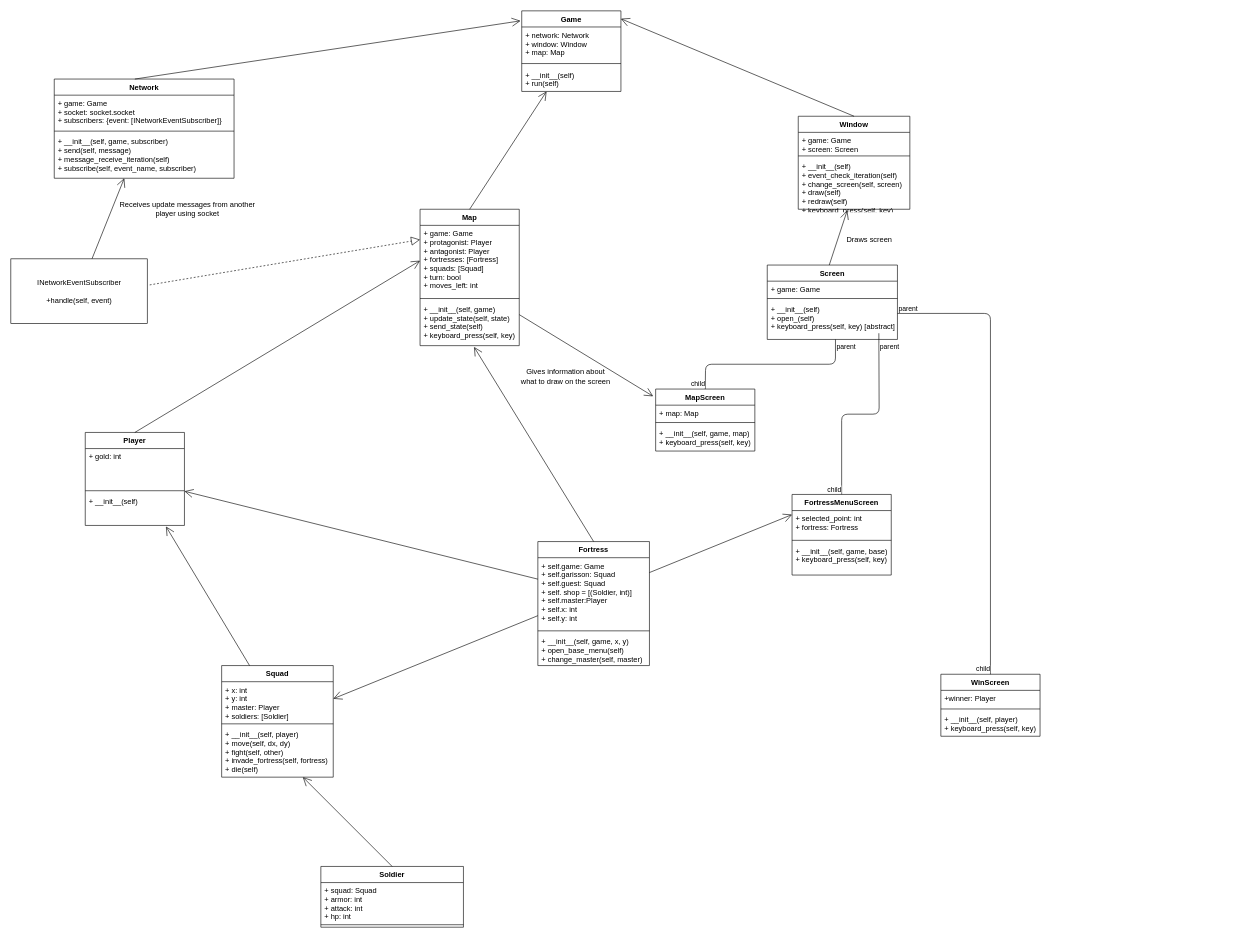
This is doc/Untitled Diagram.drawio from maljunaplanedo/tpgame, a draw.io file, before an edit. Source tidied: cells renumbered, new cells numbered last; positions are measured from the earlier drawing's top-left corner, leaving out a move shared by most shapes. Both pictures are drawn from the tidied source at 62%, with x=0, y=0 at pixel (11, 11).
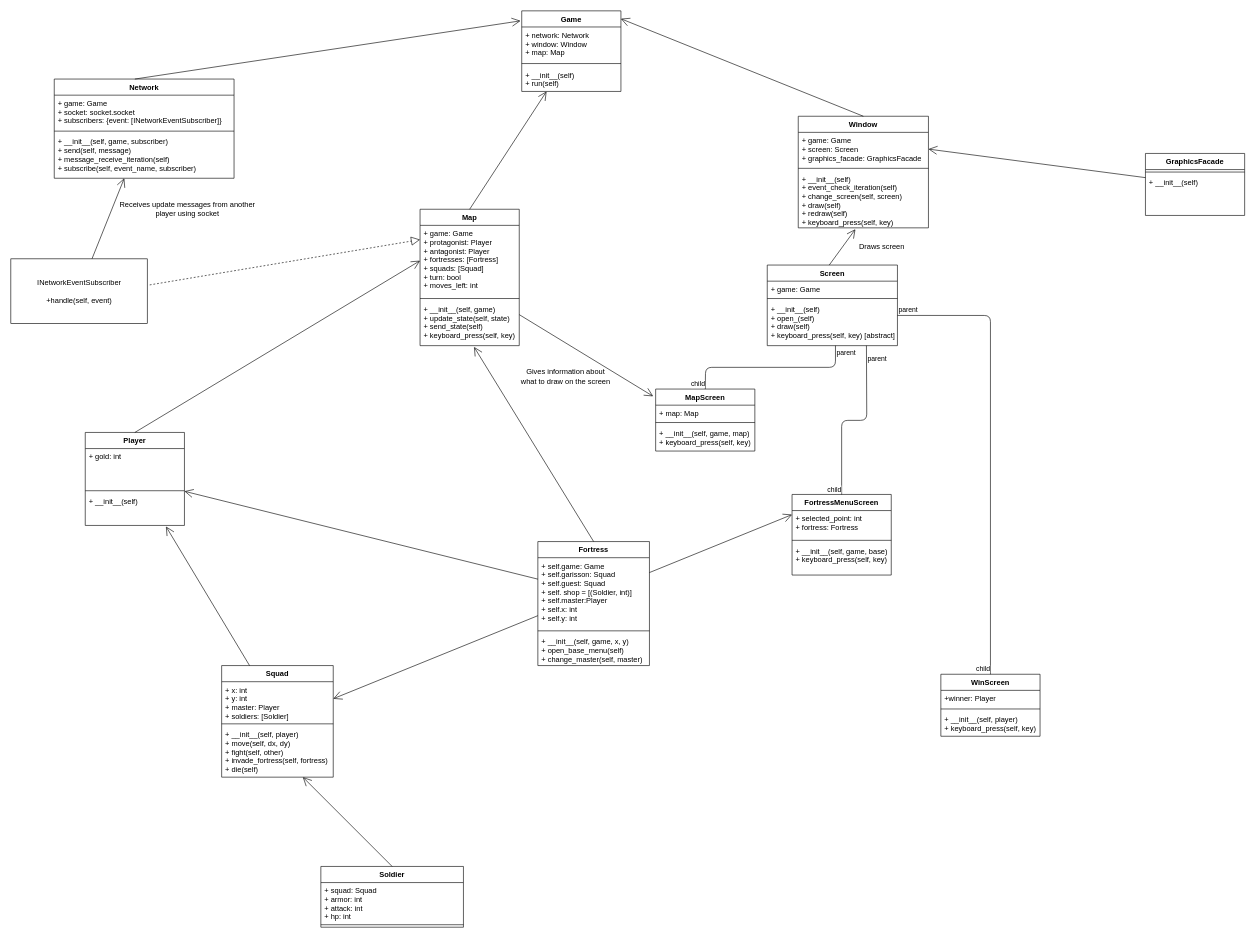
The same diagram, later.

The change refers to these unchanged cells:
```xml
<mxCell id="51" value="FortressMenuScreen" style="swimlane;fontStyle=1;align=center;verticalAlign=top;horizontal=1;startSize=26;" parent="1" vertex="1">
  <mxGeometry x="1260" y="780" width="160" height="130" as="geometry" />
</mxCell>
```

The edit, as a diff of the source:
```diff
@@
     <mxCell id="11" value="Window" style="swimlane;fontStyle=1;align=center;verticalAlign=top;horizontal=1;startSize=26;" parent="1" vertex="1">
-      <mxGeometry x="1270" y="170" width="180" height="150" as="geometry" />
+      <mxGeometry x="1270" y="170" width="210" height="180" as="geometry" />
     </mxCell>
-    <mxCell id="12" value="+ game: Game&#10;+ screen: Screen&#10;" style="text;strokeColor=none;fillColor=none;align=left;verticalAlign=top;spacingLeft=4;spacingRight=4;overflow=hidden;points=[[0,0.5],[1,0.5]];portConstraint=eastwest;" parent="11" vertex="1">
-      <mxGeometry y="26" width="180" height="34" as="geometry" />
+    <mxCell id="12" value="+ game: Game&#10;+ screen: Screen&#10;+ graphics_facade: GraphicsFacade&#10;&#10;" style="text;strokeColor=none;fillColor=none;align=left;verticalAlign=top;spacingLeft=4;spacingRight=4;overflow=hidden;points=[[0,0.5],[1,0.5]];portConstraint=eastwest;" parent="11" vertex="1">
+      <mxGeometry y="26" width="210" height="54" as="geometry" />
     </mxCell>
     <mxCell id="13" style="line;strokeWidth=1;fillColor=none;align=left;verticalAlign=middle;spacingTop=-1;spacingLeft=3;spacingRight=3;labelPosition=right;" parent="11" vertex="1">
-      <mxGeometry y="60" width="180" height="8" as="geometry" />
+      <mxGeometry y="80" width="210" height="8" as="geometry" />
     </mxCell>
     <mxCell id="14" value="+ __init__(self)&#10;+ event_check_iteration(self)&#10;+ change_screen(self, screen)&#10;+ draw(self)&#10;+ redraw(self)&#10;+ keyboard_press(self, key)&#10;" style="text;strokeColor=none;fillColor=none;align=left;verticalAlign=top;spacingLeft=4;spacingRight=4;overflow=hidden;points=[[0,0.5],[1,0.5]];portConstraint=eastwest;" parent="11" vertex="1">
-      <mxGeometry y="68" width="180" height="82" as="geometry" />
+      <mxGeometry y="88" width="210" height="92" as="geometry" />
     </mxCell>
@@
     <mxCell id="16" value="Screen" style="swimlane;fontStyle=1;align=center;verticalAlign=top;horizontal=1;startSize=26;" parent="1" vertex="1">
-      <mxGeometry x="1220" y="410" width="210" height="120" as="geometry" />
+      <mxGeometry x="1220" y="410" width="210" height="130" as="geometry" />
     </mxCell>
@@
-    <mxCell id="20" value="+ __init__(self)&#10;+ open_(self)&#10;+ keyboard_press(self, key) [abstract]&#10;" style="text;strokeColor=none;fillColor=none;align=left;verticalAlign=top;spacingLeft=4;spacingRight=4;overflow=hidden;points=[[0,0.5],[1,0.5]];portConstraint=eastwest;" parent="16" vertex="1">
-      <mxGeometry y="58" width="210" height="62" as="geometry" />
+    <mxCell id="20" value="+ __init__(self)&#10;+ open_(self)&#10;+ draw(self)&#10;+ keyboard_press(self, key) [abstract]&#10;" style="text;strokeColor=none;fillColor=none;align=left;verticalAlign=top;spacingLeft=4;spacingRight=4;overflow=hidden;points=[[0,0.5],[1,0.5]];portConstraint=eastwest;" parent="16" vertex="1">
+      <mxGeometry y="58" width="210" height="72" as="geometry" />
     </mxCell>
-    <mxCell id="21" style="endArrow=none;html=1;edgeStyle=orthogonalEdgeStyle;entryX=0.5;entryY=0;entryDx=0;entryDy=0;" parent="16" edge="1" target="51">
-      <mxGeometry relative="1" as="geometry">
-        <mxPoint x="180" y="110" as="sourcePoint" />
-      </mxGeometry>
-    </mxCell>
-    <mxCell id="22" value="parent" style="edgeLabel;html=1;align=left;verticalAlign=bottom;" parent="21" vertex="1">
-      <mxGeometry x="-1" relative="1" as="geometry">
-        <mxPoint y="30" as="offset" />
-      </mxGeometry>
-    </mxCell>
-    <mxCell id="23" value="child" style="edgeLabel;html=1;align=right;verticalAlign=bottom;" parent="21" vertex="1">
-      <mxGeometry x="1" relative="1" as="geometry" />
-    </mxCell>
@@
     <mxCell id="65" value="Draws screen" style="text;html=1;strokeColor=none;fillColor=none;align=center;verticalAlign=middle;whiteSpace=wrap;rounded=0;" parent="1" vertex="1">
-      <mxGeometry x="1340" y="360" width="90" height="20" as="geometry" />
+      <mxGeometry x="1360" y="370" width="90" height="20" as="geometry" />
     </mxCell>
@@
+    <mxCell id="76" value="GraphicsFacade" style="swimlane;fontStyle=1;align=center;verticalAlign=top;horizontal=1;startSize=26;" parent="1" vertex="1">
+      <mxGeometry x="1830" y="230" width="160" height="100" as="geometry" />
+    </mxCell>
+    <mxCell id="77" style="line;strokeWidth=1;fillColor=none;align=left;verticalAlign=middle;spacingTop=-1;spacingLeft=3;spacingRight=3;labelPosition=right;" parent="76" vertex="1">
+      <mxGeometry y="26" width="160" height="8" as="geometry" />
+    </mxCell>
+    <mxCell id="78" value="+ __init__(self)" style="text;strokeColor=none;fillColor=none;align=left;verticalAlign=top;spacingLeft=4;spacingRight=4;overflow=hidden;" parent="76" vertex="1">
+      <mxGeometry y="34" width="160" height="66" as="geometry" />
+    </mxCell>
+    <mxCell id="21" style="endArrow=none;html=1;edgeStyle=orthogonalEdgeStyle;entryX=0.5;entryY=0;entryDx=0;entryDy=0;" parent="1" edge="1" target="51">
+      <mxGeometry relative="1" as="geometry">
+        <mxPoint x="1380" y="540" as="sourcePoint" />
+      </mxGeometry>
+    </mxCell>
+    <mxCell id="22" value="parent" style="edgeLabel;html=1;align=left;verticalAlign=bottom;" parent="21" vertex="1">
+      <mxGeometry x="-1" relative="1" as="geometry">
+        <mxPoint y="30" as="offset" />
+      </mxGeometry>
+    </mxCell>
+    <mxCell id="23" value="child" style="edgeLabel;html=1;align=right;verticalAlign=bottom;" parent="21" vertex="1">
+      <mxGeometry x="1" relative="1" as="geometry" />
+    </mxCell>
+    <mxCell id="79" style="endArrow=open;endFill=1;endSize=12;html=1;entryX=1;entryY=0.5;entryDx=0;entryDy=0;exitX=0;exitY=0.5;exitDx=0;exitDy=0;" parent="1" edge="1" target="12">
+      <mxGeometry relative="1" as="geometry">
+        <mxPoint x="1830" y="269" as="sourcePoint" />
+      </mxGeometry>
+    </mxCell>
```
